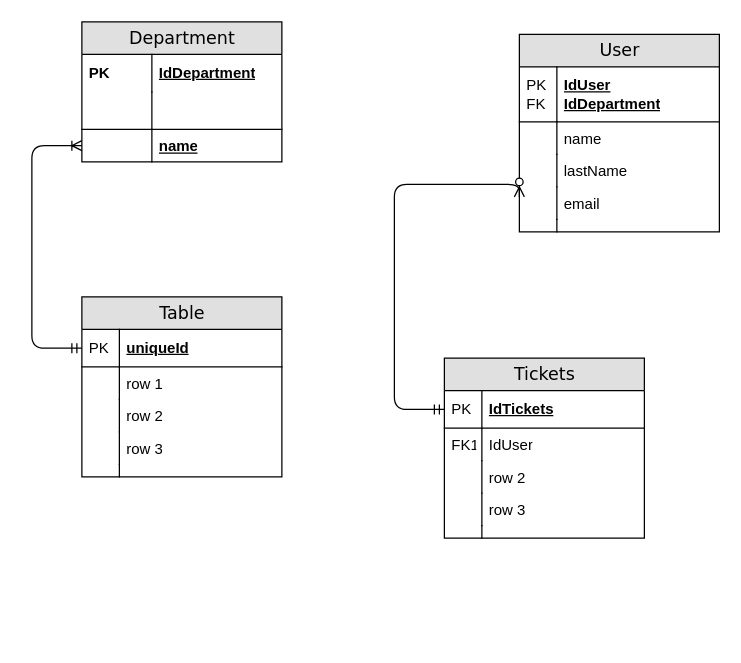
Above: Diagrama sin título.drawio in lanza318/Documentacion (draw.io), before the change. Source tidied: cells renumbered, new cells numbered last; positions are measured from the earlier drawing's top-left corner, leaving out a move shared by most shapes. Both pictures are drawn from the tidied source at 125%, with x=0, y=0 at pixel (31, 21).
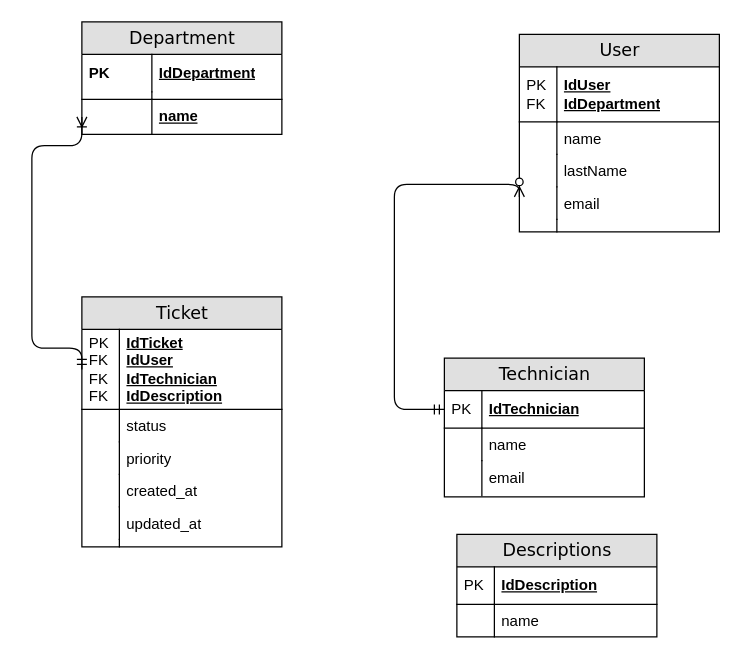
Above is the later version.

Change to the diagram source:
```diff
@@
     <mxCell id="2" value="Department" style="swimlane;html=1;fontStyle=0;horizontal=1;startSize=26;fillColor=#e0e0e0;swimlaneFillColor=#ffffff;align=center;rounded=0;shadow=0;comic=0;labelBackgroundColor=none;strokeWidth=1;fontFamily=Verdana;fontSize=14;" parent="1" vertex="1">
-      <mxGeometry x="40" width="160" height="112" as="geometry" />
+      <mxGeometry x="40" width="160" height="90" as="geometry" />
     </mxCell>
@@
     <mxCell id="5" style="shape=partialRectangle;top=0;left=0;right=0;bottom=1;html=1;align=left;verticalAlign=middle;fillColor=none;spacingLeft=60;spacingRight=4;whiteSpace=wrap;overflow=hidden;fontStyle=5;" parent="2" vertex="1">
-      <mxGeometry y="56" width="160" height="30" as="geometry" />
+      <mxGeometry y="56" width="160" height="6" as="geometry" />
     </mxCell>
     <mxCell id="6" style="shape=partialRectangle;fontStyle=1;top=0;left=0;bottom=0;html=1;fillColor=none;align=left;verticalAlign=middle;spacingLeft=4;spacingRight=4;whiteSpace=wrap;overflow=hidden;" parent="5" vertex="1">
-      <mxGeometry width="56" height="30" as="geometry" />
+      <mxGeometry width="56" height="6" as="geometry" />
     </mxCell>
     <mxCell id="7" value="&lt;span style=&quot;font-weight: 700; text-decoration-line: underline;&quot;&gt;name&lt;/span&gt;" style="shape=partialRectangle;top=0;left=0;right=0;bottom=0;html=1;align=left;verticalAlign=top;fillColor=none;spacingLeft=60;spacingRight=4;whiteSpace=wrap;overflow=hidden;points=[[0,0.5],[1,0.5]];portConstraint=eastwest;" parent="2" vertex="1">
-      <mxGeometry y="86" width="160" height="26" as="geometry" />
+      <mxGeometry y="62" width="160" height="28" as="geometry" />
     </mxCell>
     <mxCell id="8" style="shape=partialRectangle;top=0;left=0;bottom=0;html=1;fillColor=none;align=left;verticalAlign=top;spacingLeft=4;spacingRight=4;whiteSpace=wrap;overflow=hidden;" parent="7" vertex="1">
-      <mxGeometry width="56" height="26" as="geometry" />
+      <mxGeometry width="56" height="28" as="geometry" />
     </mxCell>
@@
-    <mxCell id="20" value="Table" style="swimlane;html=1;fontStyle=0;horizontal=1;startSize=26;fillColor=#e0e0e0;swimlaneFillColor=#ffffff;align=center;rounded=0;shadow=0;comic=0;labelBackgroundColor=none;strokeWidth=1;fontFamily=Verdana;fontSize=14;" parent="1" vertex="1">
-      <mxGeometry x="40" y="220" width="160" height="144" as="geometry" />
+    <mxCell id="20" value="Ticket" style="swimlane;html=1;fontStyle=0;horizontal=1;startSize=26;fillColor=#e0e0e0;swimlaneFillColor=#ffffff;align=center;rounded=0;shadow=0;comic=0;labelBackgroundColor=none;strokeWidth=1;fontFamily=Verdana;fontSize=14;" parent="1" vertex="1">
+      <mxGeometry x="40" y="220" width="160" height="200" as="geometry" />
     </mxCell>
-    <mxCell id="21" value="uniqueId" style="shape=partialRectangle;top=0;left=0;right=0;bottom=1;html=1;align=left;verticalAlign=middle;fillColor=none;spacingLeft=34;spacingRight=4;whiteSpace=wrap;overflow=hidden;points=[[0,0.5],[1,0.5]];portConstraint=eastwest;fontStyle=5;" parent="20" vertex="1">
-      <mxGeometry y="26" width="160" height="30" as="geometry" />
+    <mxCell id="21" value="IdTicket&lt;div&gt;IdUser&lt;/div&gt;&lt;div&gt;IdTechnician&lt;/div&gt;&lt;div&gt;IdDescription&lt;/div&gt;" style="shape=partialRectangle;top=0;left=0;right=0;bottom=1;html=1;align=left;verticalAlign=middle;fillColor=none;spacingLeft=34;spacingRight=4;whiteSpace=wrap;overflow=hidden;points=[[0,0.5],[1,0.5]];portConstraint=eastwest;fontStyle=5;" parent="20" vertex="1">
+      <mxGeometry y="26" width="160" height="64" as="geometry" />
     </mxCell>
-    <mxCell id="22" value="PK" style="shape=partialRectangle;top=0;left=0;bottom=0;html=1;fillColor=none;align=left;verticalAlign=middle;spacingLeft=4;spacingRight=4;whiteSpace=wrap;overflow=hidden;" parent="21" vertex="1">
-      <mxGeometry width="30" height="30" as="geometry" />
+    <mxCell id="22" value="PK&lt;div&gt;FK&lt;/div&gt;&lt;div&gt;FK&lt;/div&gt;&lt;div&gt;FK&lt;/div&gt;" style="shape=partialRectangle;top=0;left=0;bottom=0;html=1;fillColor=none;align=left;verticalAlign=middle;spacingLeft=4;spacingRight=4;whiteSpace=wrap;overflow=hidden;" parent="21" vertex="1">
+      <mxGeometry width="30" height="64" as="geometry" />
     </mxCell>
-    <mxCell id="23" value="row 1" style="shape=partialRectangle;top=0;left=0;right=0;bottom=0;html=1;align=left;verticalAlign=top;fillColor=none;spacingLeft=34;spacingRight=4;whiteSpace=wrap;overflow=hidden;" parent="20" vertex="1">
-      <mxGeometry y="56" width="160" height="26" as="geometry" />
+    <mxCell id="23" value="status" style="shape=partialRectangle;top=0;left=0;right=0;bottom=0;html=1;align=left;verticalAlign=top;fillColor=none;spacingLeft=34;spacingRight=4;whiteSpace=wrap;overflow=hidden;" parent="20" vertex="1">
+      <mxGeometry y="90" width="160" height="26" as="geometry" />
     </mxCell>
@@
-    <mxCell id="25" value="row 2" style="shape=partialRectangle;top=0;left=0;right=0;bottom=0;html=1;align=left;verticalAlign=top;fillColor=none;spacingLeft=34;spacingRight=4;whiteSpace=wrap;overflow=hidden;" parent="20" vertex="1">
-      <mxGeometry y="82" width="160" height="26" as="geometry" />
+    <mxCell id="25" value="priority" style="shape=partialRectangle;top=0;left=0;right=0;bottom=0;html=1;align=left;verticalAlign=top;fillColor=none;spacingLeft=34;spacingRight=4;whiteSpace=wrap;overflow=hidden;" parent="20" vertex="1">
+      <mxGeometry y="116" width="160" height="26" as="geometry" />
     </mxCell>
@@
-    <mxCell id="27" value="row 3" style="shape=partialRectangle;top=0;left=0;right=0;bottom=0;html=1;align=left;verticalAlign=top;fillColor=none;spacingLeft=34;spacingRight=4;whiteSpace=wrap;overflow=hidden;" parent="20" vertex="1">
-      <mxGeometry y="108" width="160" height="26" as="geometry" />
+    <mxCell id="27" value="created_at" style="shape=partialRectangle;top=0;left=0;right=0;bottom=0;html=1;align=left;verticalAlign=top;fillColor=none;spacingLeft=34;spacingRight=4;whiteSpace=wrap;overflow=hidden;" parent="20" vertex="1">
+      <mxGeometry y="142" width="160" height="26" as="geometry" />
     </mxCell>
@@
+    <mxCell id="44" value="updated_at" style="shape=partialRectangle;top=0;left=0;right=0;bottom=0;html=1;align=left;verticalAlign=top;fillColor=none;spacingLeft=34;spacingRight=4;whiteSpace=wrap;overflow=hidden;" parent="20" vertex="1">
+      <mxGeometry y="168" width="160" height="26" as="geometry" />
+    </mxCell>
+    <mxCell id="45" style="shape=partialRectangle;top=0;left=0;bottom=0;html=1;fillColor=none;align=left;verticalAlign=top;spacingLeft=4;spacingRight=4;whiteSpace=wrap;overflow=hidden;" parent="44" vertex="1">
+      <mxGeometry width="30" height="26" as="geometry" />
+    </mxCell>
     <mxCell id="29" style="shape=partialRectangle;top=0;left=0;right=0;bottom=0;html=1;align=left;verticalAlign=top;fillColor=none;spacingLeft=34;spacingRight=4;whiteSpace=wrap;overflow=hidden;" parent="20" vertex="1">
-      <mxGeometry y="134" width="160" height="10" as="geometry" />
+      <mxGeometry y="194" width="160" height="6" as="geometry" />
     </mxCell>
     <mxCell id="30" style="shape=partialRectangle;top=0;left=0;bottom=0;html=1;fillColor=none;align=left;verticalAlign=top;spacingLeft=4;spacingRight=4;whiteSpace=wrap;overflow=hidden;" parent="29" vertex="1">
-      <mxGeometry width="30" height="10" as="geometry" />
+      <mxGeometry width="30" height="6" as="geometry" />
     </mxCell>
-    <mxCell id="31" value="Tickets" style="swimlane;html=1;fontStyle=0;horizontal=1;startSize=26;fillColor=#e0e0e0;swimlaneFillColor=#ffffff;align=center;rounded=0;shadow=0;comic=0;labelBackgroundColor=none;strokeWidth=1;fontFamily=Verdana;fontSize=14;" parent="1" vertex="1">
-      <mxGeometry x="330" y="269" width="160" height="144" as="geometry" />
+    <mxCell id="31" value="Technician" style="swimlane;html=1;fontStyle=0;horizontal=1;startSize=26;fillColor=#e0e0e0;swimlaneFillColor=#ffffff;align=center;rounded=0;shadow=0;comic=0;labelBackgroundColor=none;strokeWidth=1;fontFamily=Verdana;fontSize=14;" parent="1" vertex="1">
+      <mxGeometry x="330" y="269" width="160" height="111" as="geometry" />
     </mxCell>
-    <mxCell id="32" value="IdTickets" style="shape=partialRectangle;top=0;left=0;right=0;bottom=1;html=1;align=left;verticalAlign=middle;fillColor=none;spacingLeft=34;spacingRight=4;whiteSpace=wrap;overflow=hidden;points=[[0,0.5],[1,0.5]];portConstraint=eastwest;fontStyle=5;" parent="31" vertex="1">
+    <mxCell id="32" value="IdTechnician" style="shape=partialRectangle;top=0;left=0;right=0;bottom=1;html=1;align=left;verticalAlign=middle;fillColor=none;spacingLeft=34;spacingRight=4;whiteSpace=wrap;overflow=hidden;points=[[0,0.5],[1,0.5]];portConstraint=eastwest;fontStyle=5;" parent="31" vertex="1">
       <mxGeometry y="26" width="160" height="30" as="geometry" />
     </mxCell>
@@
-    <mxCell id="34" value="IdUser" style="shape=partialRectangle;top=0;left=0;right=0;bottom=0;html=1;align=left;verticalAlign=top;fillColor=none;spacingLeft=34;spacingRight=4;whiteSpace=wrap;overflow=hidden;" parent="31" vertex="1">
+    <mxCell id="34" value="name" style="shape=partialRectangle;top=0;left=0;right=0;bottom=0;html=1;align=left;verticalAlign=top;fillColor=none;spacingLeft=34;spacingRight=4;whiteSpace=wrap;overflow=hidden;" parent="31" vertex="1">
       <mxGeometry y="56" width="160" height="26" as="geometry" />
     </mxCell>
-    <mxCell id="35" value="FK1" style="shape=partialRectangle;top=0;left=0;bottom=0;html=1;fillColor=none;align=left;verticalAlign=top;spacingLeft=4;spacingRight=4;whiteSpace=wrap;overflow=hidden;" parent="34" vertex="1">
+    <mxCell id="35" style="shape=partialRectangle;top=0;left=0;bottom=0;html=1;fillColor=none;align=left;verticalAlign=top;spacingLeft=4;spacingRight=4;whiteSpace=wrap;overflow=hidden;" parent="34" vertex="1">
       <mxGeometry width="30" height="26" as="geometry" />
     </mxCell>
-    <mxCell id="36" value="row 2" style="shape=partialRectangle;top=0;left=0;right=0;bottom=0;html=1;align=left;verticalAlign=top;fillColor=none;spacingLeft=34;spacingRight=4;whiteSpace=wrap;overflow=hidden;" parent="31" vertex="1">
-      <mxGeometry y="82" width="160" height="26" as="geometry" />
+    <mxCell id="36" value="email" style="shape=partialRectangle;top=0;left=0;right=0;bottom=0;html=1;align=left;verticalAlign=top;fillColor=none;spacingLeft=34;spacingRight=4;whiteSpace=wrap;overflow=hidden;" parent="31" vertex="1">
+      <mxGeometry y="82" width="160" height="28" as="geometry" />
     </mxCell>
     <mxCell id="37" style="shape=partialRectangle;top=0;left=0;bottom=0;html=1;fillColor=none;align=left;verticalAlign=top;spacingLeft=4;spacingRight=4;whiteSpace=wrap;overflow=hidden;" parent="36" vertex="1">
-      <mxGeometry width="30" height="26" as="geometry" />
+      <mxGeometry width="30" height="28" as="geometry" />
     </mxCell>
-    <mxCell id="38" value="row 3" style="shape=partialRectangle;top=0;left=0;right=0;bottom=0;html=1;align=left;verticalAlign=top;fillColor=none;spacingLeft=34;spacingRight=4;whiteSpace=wrap;overflow=hidden;" parent="31" vertex="1">
-      <mxGeometry y="108" width="160" height="26" as="geometry" />
-    </mxCell>
-    <mxCell id="39" style="shape=partialRectangle;top=0;left=0;bottom=0;html=1;fillColor=none;align=left;verticalAlign=top;spacingLeft=4;spacingRight=4;whiteSpace=wrap;overflow=hidden;" parent="38" vertex="1">
-      <mxGeometry width="30" height="26" as="geometry" />
-    </mxCell>
-    <mxCell id="40" style="shape=partialRectangle;top=0;left=0;right=0;bottom=0;html=1;align=left;verticalAlign=top;fillColor=none;spacingLeft=34;spacingRight=4;whiteSpace=wrap;overflow=hidden;" parent="31" vertex="1">
-      <mxGeometry y="134" width="160" height="10" as="geometry" />
-    </mxCell>
-    <mxCell id="41" style="shape=partialRectangle;top=0;left=0;bottom=0;html=1;fillColor=none;align=left;verticalAlign=top;spacingLeft=4;spacingRight=4;whiteSpace=wrap;overflow=hidden;" parent="40" vertex="1">
-      <mxGeometry width="30" height="10" as="geometry" />
-    </mxCell>
@@
+    <mxCell id="46" value="Descriptions" style="swimlane;html=1;fontStyle=0;horizontal=1;startSize=26;fillColor=#e0e0e0;swimlaneFillColor=#ffffff;align=center;rounded=0;shadow=0;comic=0;labelBackgroundColor=none;strokeWidth=1;fontFamily=Verdana;fontSize=14;" parent="1" vertex="1">
+      <mxGeometry x="340" y="410" width="160" height="82" as="geometry" />
+    </mxCell>
+    <mxCell id="47" value="IdDescription" style="shape=partialRectangle;top=0;left=0;right=0;bottom=1;html=1;align=left;verticalAlign=middle;fillColor=none;spacingLeft=34;spacingRight=4;whiteSpace=wrap;overflow=hidden;fontStyle=5;" parent="46" vertex="1">
+      <mxGeometry y="26" width="160" height="30" as="geometry" />
+    </mxCell>
+    <mxCell id="48" value="PK" style="shape=partialRectangle;top=0;left=0;bottom=0;html=1;fillColor=none;align=left;verticalAlign=middle;spacingLeft=4;spacingRight=4;whiteSpace=wrap;overflow=hidden;" parent="47" vertex="1">
+      <mxGeometry width="30" height="30" as="geometry" />
+    </mxCell>
+    <mxCell id="49" value="name" style="shape=partialRectangle;top=0;left=0;right=0;bottom=0;html=1;align=left;verticalAlign=top;fillColor=none;spacingLeft=34;spacingRight=4;whiteSpace=wrap;overflow=hidden;" parent="46" vertex="1">
+      <mxGeometry y="56" width="160" height="26" as="geometry" />
+    </mxCell>
+    <mxCell id="50" style="shape=partialRectangle;top=0;left=0;bottom=0;html=1;fillColor=none;align=left;verticalAlign=top;spacingLeft=4;spacingRight=4;whiteSpace=wrap;overflow=hidden;" parent="49" vertex="1">
+      <mxGeometry width="30" height="26" as="geometry" />
+    </mxCell>
```
